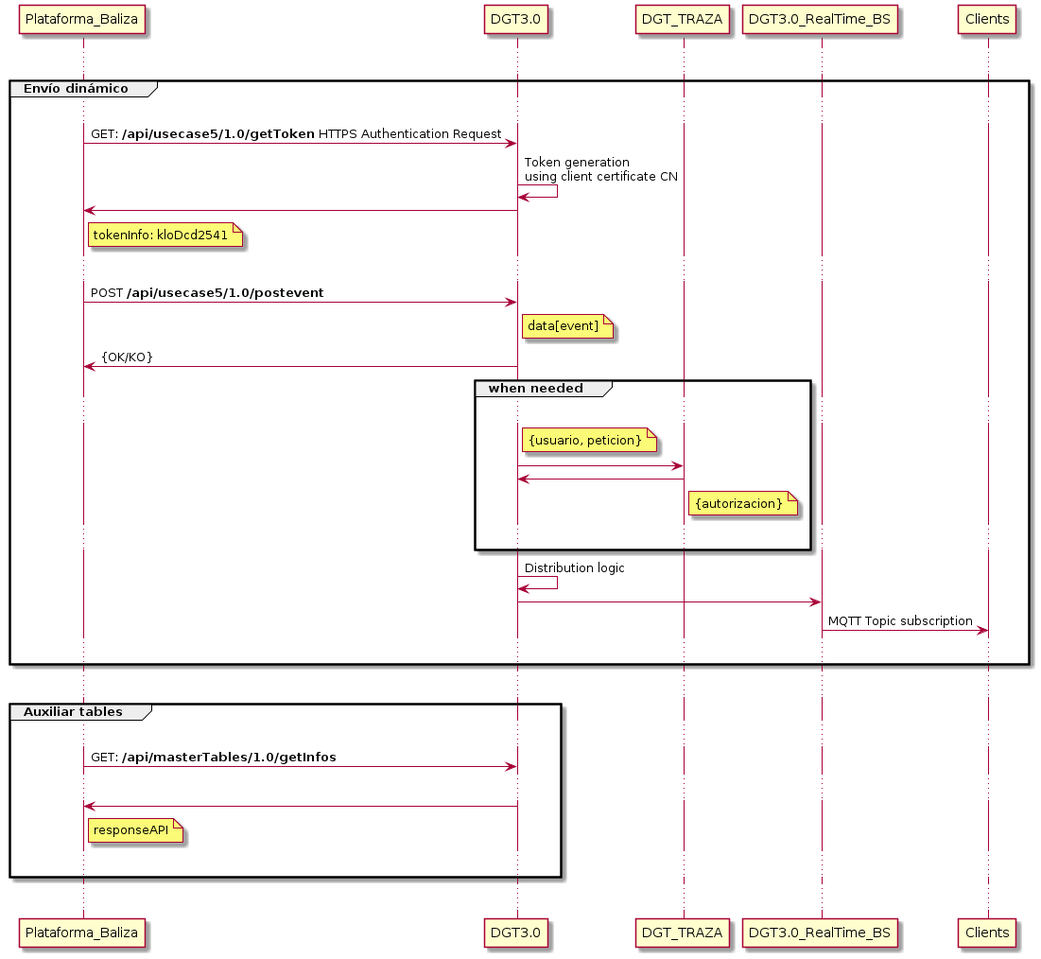
INSPIDE/DGT3.0Workshop_usecase_5 keeps this PlantUML diagram as img/flujo_generico_caso5.png. Above is the earlier version.
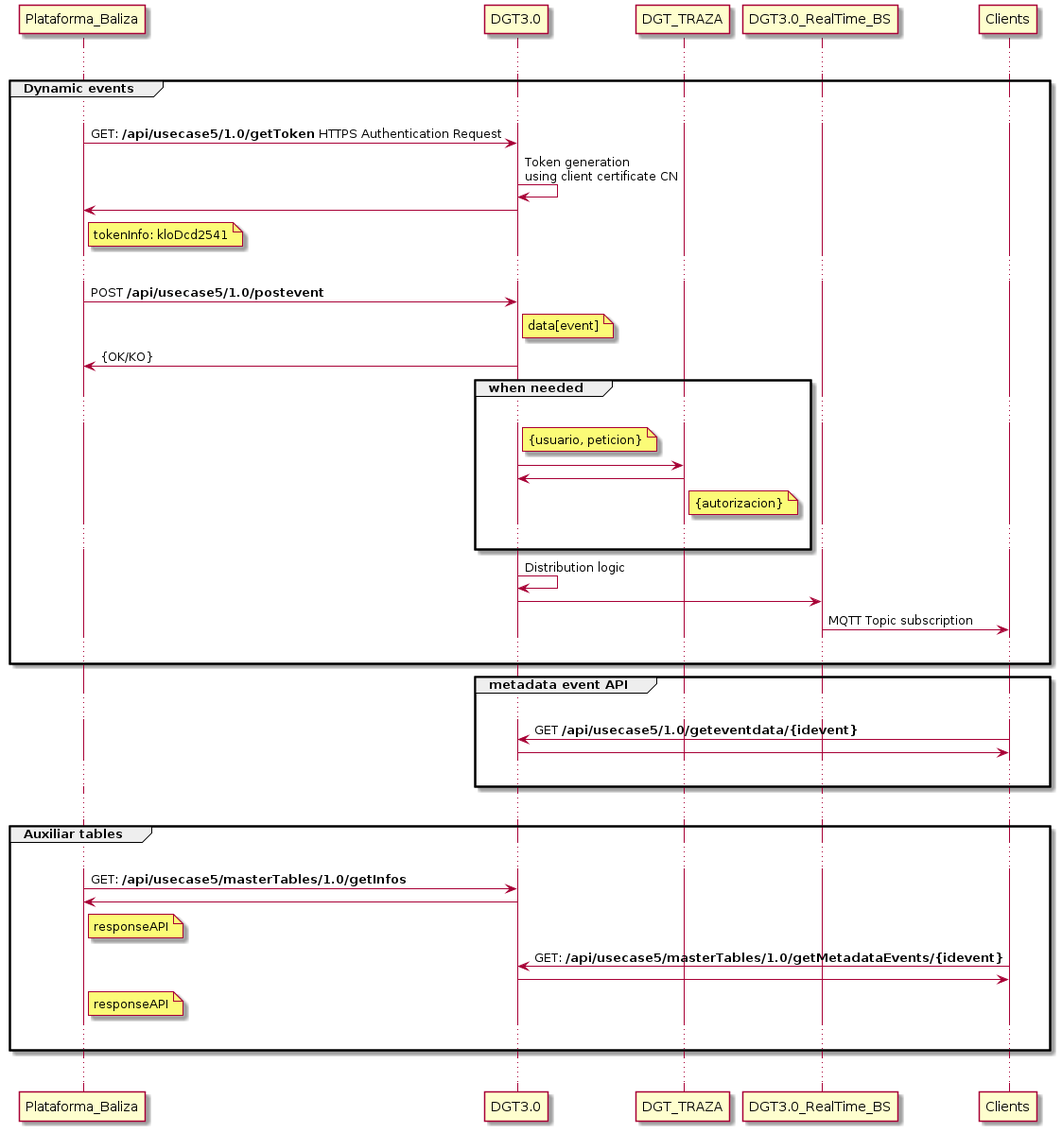
After the change.

The edit, as a diff of the source:
```diff
@@ -2,7 +2,7 @@
 
 ...
 
-group Envío dinámico
+group Dynamic events
 ...
 Plataforma_Baliza->DGT3.0:GET: <b>/api/usecase5/1.0/getToken</b> HTTPS Authentication Request
 DGT3.0->DGT3.0: Token generation\nusing client certificate CN
@@ -23,20 +23,24 @@
 DGT3.0->DGT3.0: Distribution logic
 DGT3.0->DGT3.0_RealTime_BS
 DGT3.0_RealTime_BS->Clients: MQTT Topic subscription
-
-
-
 ...
 end
 
+group metadata event API
+...
+Clients->DGT3.0: GET <b>/api/usecase5/1.0/geteventdata/{idevent}</b>
+DGT3.0->Clients
+...
+end
 ...
 group Auxiliar tables
 ...
-Plataforma_Baliza->DGT3.0:GET: <b>/api/masterTables/1.0/getInfos</b>
-...
+Plataforma_Baliza->DGT3.0:GET: <b>/api/usecase5/masterTables/1.0/getInfos</b>
 DGT3.0->Plataforma_Baliza:
 note right of Plataforma_Baliza: responseAPI
-
+Clients->DGT3.0:GET: <b>/api/usecase5/masterTables/1.0/getMetadataEvents/{idevent}</b>
+DGT3.0->Clients:
+note right of Plataforma_Baliza: responseAPI
 ...
 end
 ...
```
